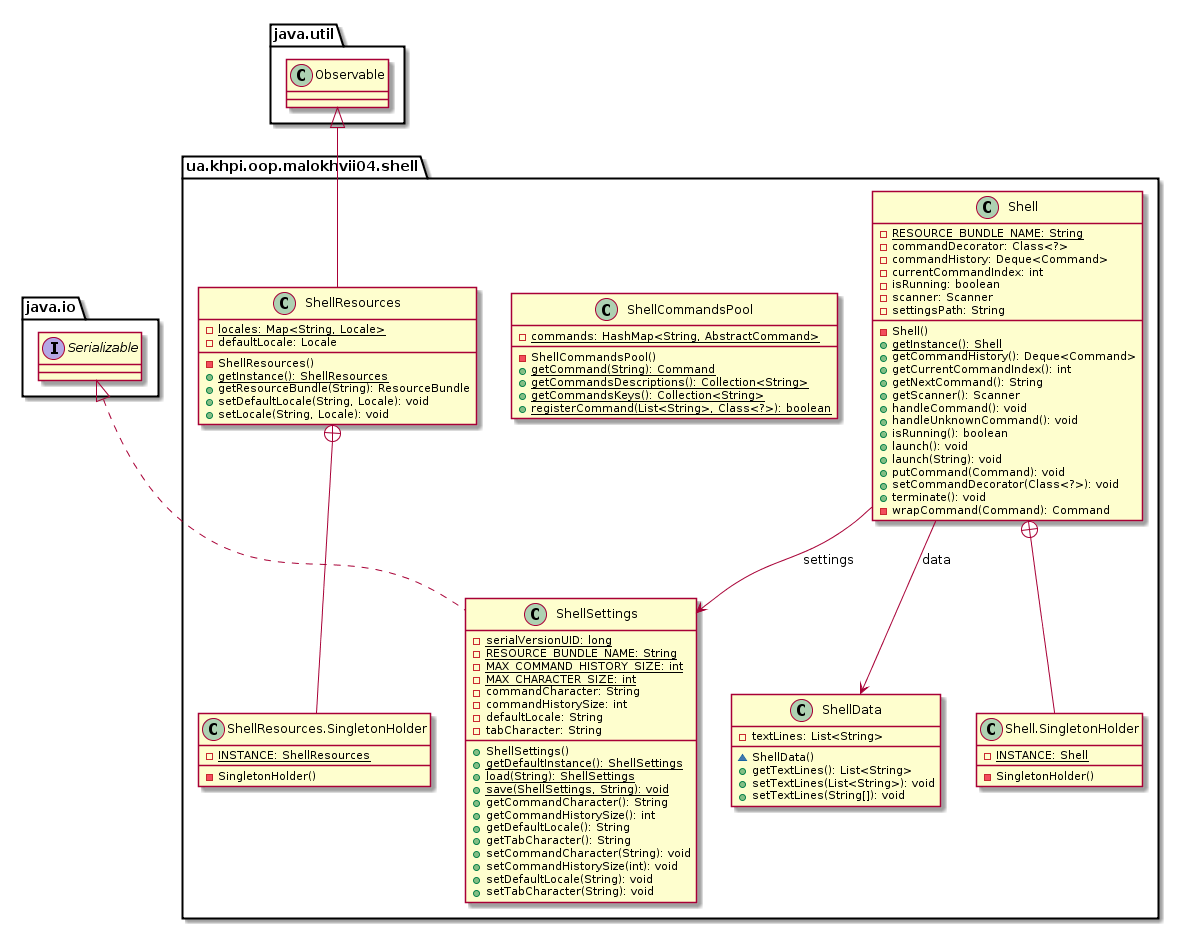
Above: malokhvii-eduard/malokhvii04/doc/plantuml/png/ua.khpi.oop.malokhvii04.shell.package.png in P-Kalin/kit26a (PlantUML), before the change.
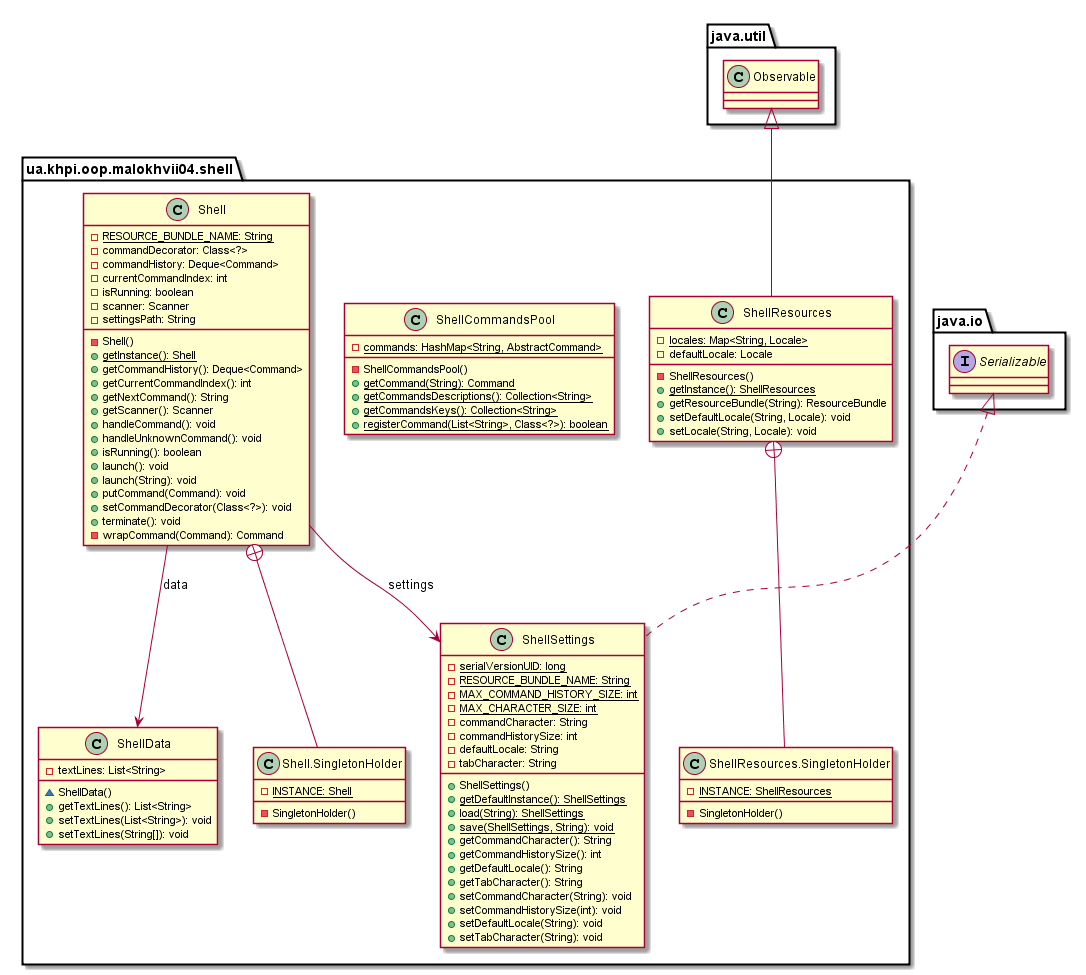
After the commit.

Change to the diagram source:
```diff
@@ -1,6 +1,61 @@
 @startuml
 
     namespace ua.khpi.oop.malokhvii04.shell {
+
+        class ShellSettings {
+            {static} -serialVersionUID: long
+            {static} -RESOURCE_BUNDLE_NAME: String
+            {static} -MAX_COMMAND_HISTORY_SIZE: int
+            {static} -MAX_CHARACTER_SIZE: int
+            -commandCharacter: String
+            -commandHistorySize: int
+            -defaultLocale: String
+            -tabCharacter: String
+            +ShellSettings()
+            {static} +getDefaultInstance(): ShellSettings
+            {static} +load(String): ShellSettings
+            {static} +save(ShellSettings, String): void
+            +getCommandCharacter(): String
+            +getCommandHistorySize(): int
+            +getDefaultLocale(): String
+            +getTabCharacter(): String
+            +setCommandCharacter(String): void
+            +setCommandHistorySize(int): void
+            +setDefaultLocale(String): void
+            +setTabCharacter(String): void
+        }
+
+        class ShellResources {
+            {static} -locales: Map<String, Locale>
+            -defaultLocale: Locale
+            -ShellResources()
+            {static} +getInstance(): ShellResources
+            +getResourceBundle(String): ResourceBundle
+            +setDefaultLocale(String, Locale): void
+            +setLocale(String, Locale): void
+        }
+
+        class ua.khpi.oop.malokhvii04.shell.ShellResources.SingletonHolder {
+            {static} -INSTANCE: ShellResources
+            -SingletonHolder()
+        }
+
+        class ShellData {
+            -textLines: List<String>
+            ~ShellData()
+            +getTextLines(): List<String>
+            +setTextLines(List<String>): void
+            +setTextLines(String[]): void
+        }
+
+        class ShellCommandsPool {
+            {static} -commands: HashMap<String, AbstractCommand>
+            -ShellCommandsPool()
+            {static} +getCommand(String): Command
+            {static} +getCommandsDescriptions(): Collection<String>
+            {static} +getCommandsKeys(): Collection<String>
+            {static} +registerCommand(List<String>, Class<?>): boolean
+        }
 
         class Shell {
             {static} -RESOURCE_BUNDLE_NAME: String
@@ -32,63 +87,6 @@
             -SingletonHolder()
         }
 
-        class ShellSettings {
-            {static} -serialVersionUID: long
-            {static} -RESOURCE_BUNDLE_NAME: String
-            {static} -MAX_COMMAND_HISTORY_SIZE: int
-            {static} -MAX_CHARACTER_SIZE: int
-            -commandCharacter: String
-            -commandHistorySize: int
-            -defaultLocale: String
-            -tabCharacter: String
-            +ShellSettings()
-            {static} +getDefaultInstance(): ShellSettings
-            {static} +load(String): ShellSettings
-            {static} +save(ShellSettings, String): void
-            +getCommandCharacter(): String
-            +getCommandHistorySize(): int
-            +getDefaultLocale(): String
-            +getTabCharacter(): String
-            +setCommandCharacter(String): void
-            +setCommandHistorySize(int): void
-            +setDefaultLocale(String): void
-            +setTabCharacter(String): void
-        }
-
-        class ShellCommandsPool {
-            {static} -commands: HashMap<String, AbstractCommand>
-            -ShellCommandsPool()
-            {static} +getCommand(String): Command
-            {static} +getCommandsDescriptions(): Collection<String>
-            {static} +getCommandsKeys(): Collection<String>
-            {static} +registerCommand(List<String>, Class<?>): boolean
-        }
-
-        class ShellResources {
-            {static} -locales: Map<String, Locale>
-            -defaultLocale: Locale
-            -ShellResources()
-            {static} +getInstance(): ShellResources
-            +getResourceBundle(String): ResourceBundle
-            +setDefaultLocale(String, Locale): void
-            +setLocale(String, Locale): void
-        }
-
-        class ua.khpi.oop.malokhvii04.shell.ShellResources.SingletonHolder {
-            {static} -INSTANCE: ShellResources
-            -SingletonHolder()
-        }
-
-        class ShellData {
-            -textLines: List<String>
-            ~ShellData()
-            +getTextLines(): List<String>
-            +setTextLines(List<String>): void
-            +setTextLines(String[]): void
-        }
-
-        Shell +-- ua.khpi.oop.malokhvii04.shell.Shell.SingletonHolder
-
         interface java.io.Serializable
         java.io.Serializable <|.. ShellSettings
 
@@ -97,6 +95,8 @@
 
         ShellResources +-- ua.khpi.oop.malokhvii04.shell.ShellResources.SingletonHolder
 
+        Shell +-- ua.khpi.oop.malokhvii04.shell.Shell.SingletonHolder
+
         Shell --> ShellData: data
 
         Shell --> ShellSettings: settings
```
